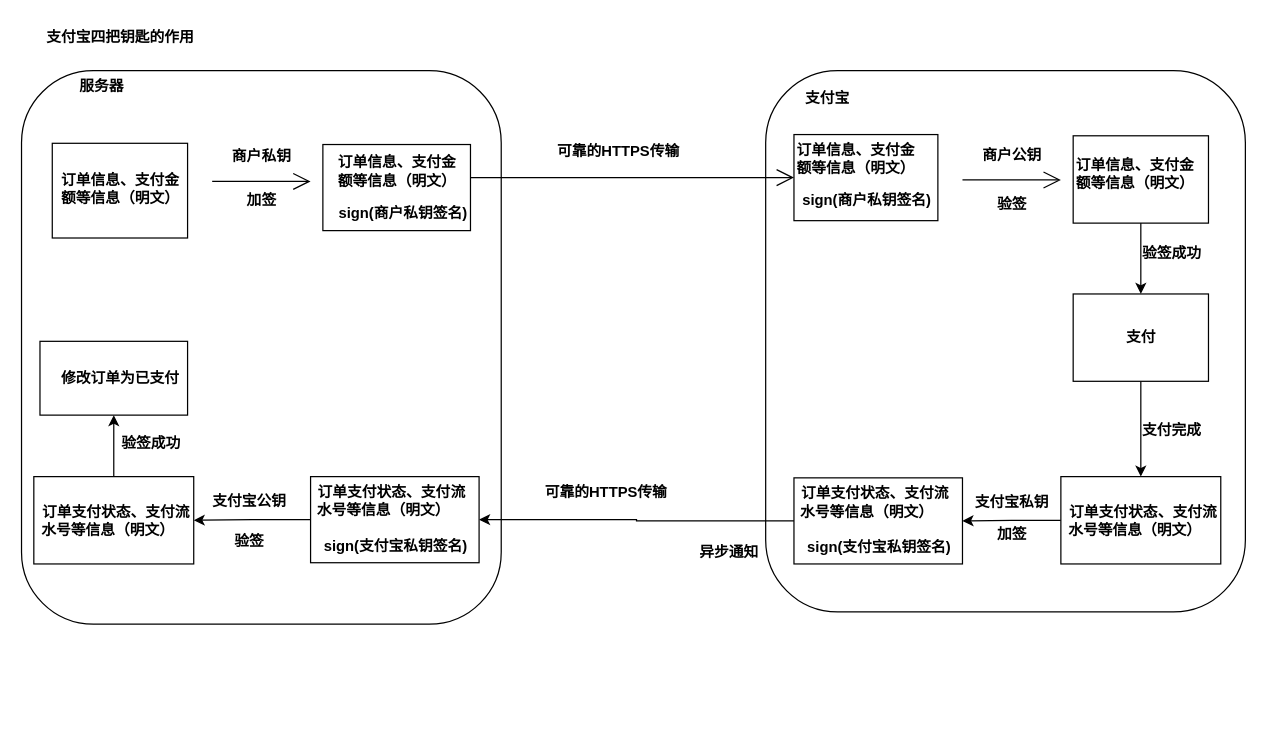
Earlier version of the draw.io diagram ShopBusiness/支付宝支付原理.drawio (Chaimek/LearnPictures). Source tidied: cells renumbered, new cells numbered last; positions are measured from the earlier drawing's top-left corner, leaving out a move shared by most shapes. Both pictures are drawn from the tidied source at 123%, with x=0, y=0 at pixel (21, 21).
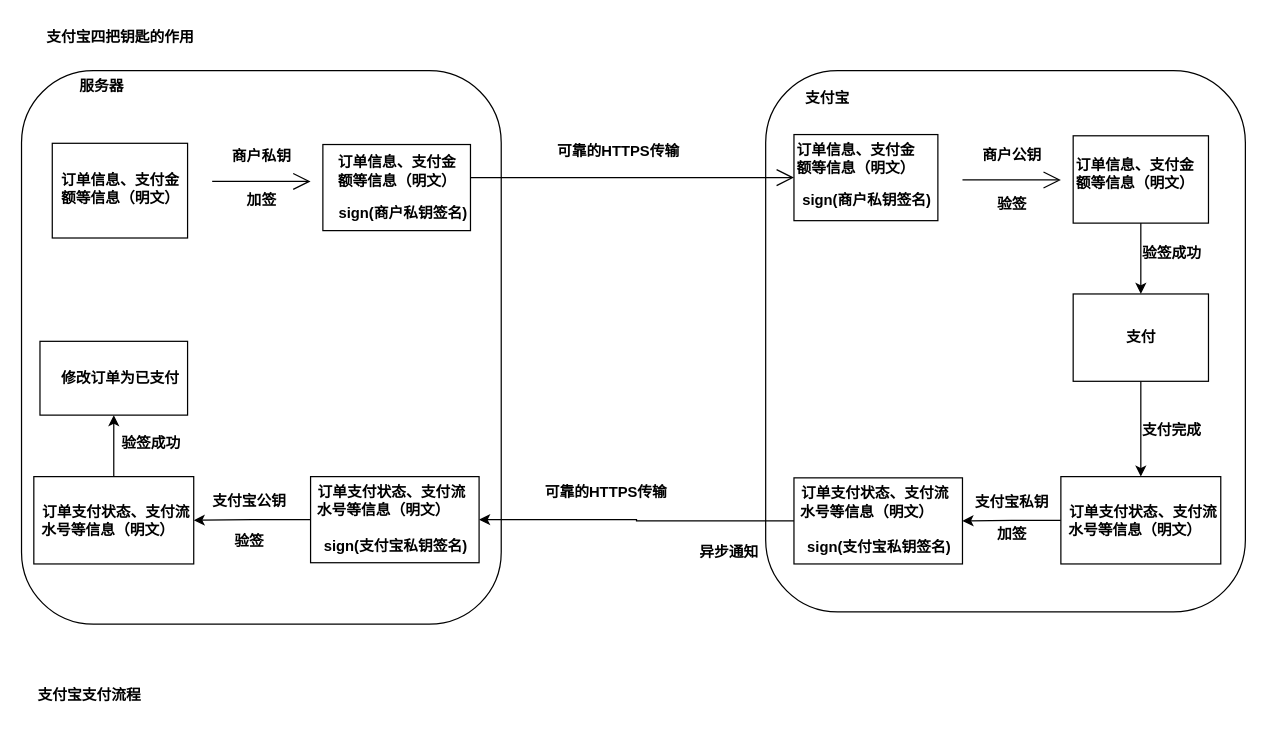
Above is the later version.

Commit message:
更新支付宝支付原理.drawio

The edit, as a diff of the source:
```diff
@@
+    <mxCell id="54" value="支付宝支付流程" style="text;align=center;fontStyle=1;verticalAlign=middle;spacingLeft=3;spacingRight=3;strokeColor=none;html=1;" parent="1" vertex="1">
+      <mxGeometry x="15" y="535" width="80" height="26" as="geometry" />
+    </mxCell>
```
